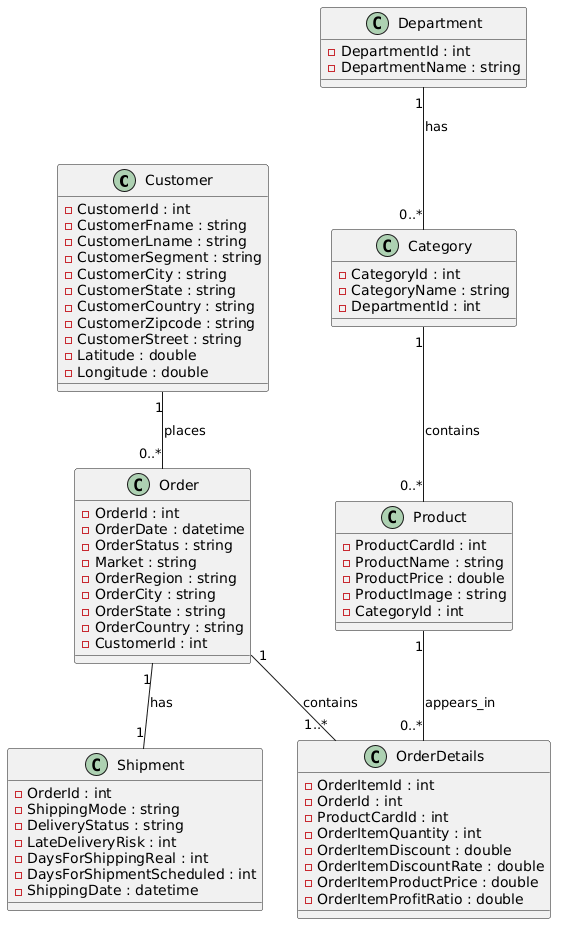
This is docs/class.png from onsaissa4/Supply-Chain-Analysis, a PlantUML export, as it was before one commit.
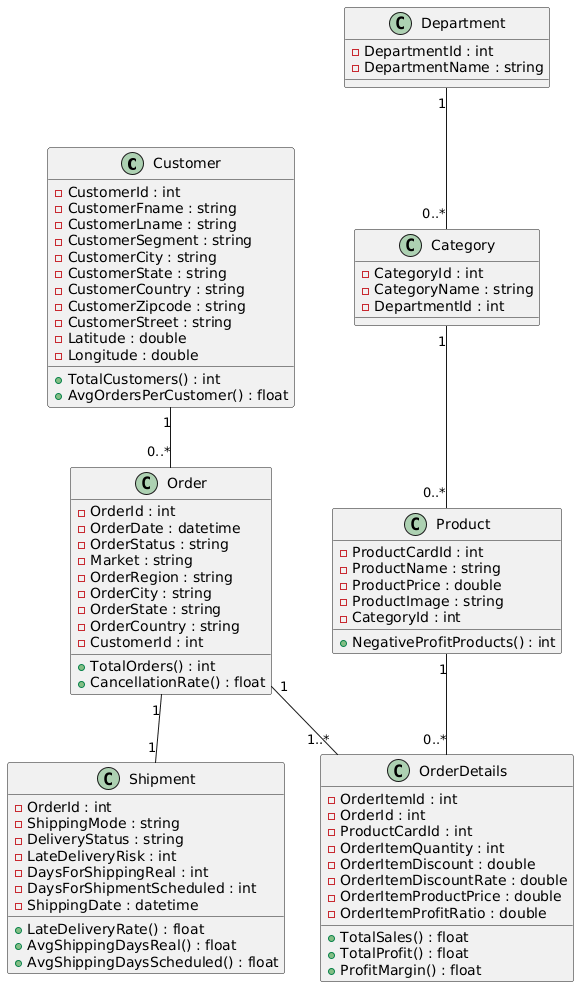
After the commit.

What changed in the source:
```diff
@@ -11,6 +11,8 @@
   - CustomerStreet : string
   - Latitude : double
   - Longitude : double
+  + TotalCustomers() : int
+  + AvgOrdersPerCustomer() : float
 }
 
 class Department {
@@ -30,6 +32,7 @@
   - ProductPrice : double
   - ProductImage : string
   - CategoryId : int
+  + NegativeProfitProducts() : int
 }
 
 class Order {
@@ -42,6 +45,8 @@
   - OrderState : string
   - OrderCountry : string
   - CustomerId : int
+  + TotalOrders() : int
+  + CancellationRate() : float
 }
 
 class OrderDetails {
@@ -53,6 +58,9 @@
   - OrderItemDiscountRate : double
   - OrderItemProductPrice : double
   - OrderItemProfitRatio : double
+  + TotalSales() : float
+  + TotalProfit() : float
+  + ProfitMargin() : float
 }
 
 class Shipment {
@@ -63,12 +71,15 @@
   - DaysForShippingReal : int
   - DaysForShipmentScheduled : int
   - ShippingDate : datetime
+  + LateDeliveryRate() : float
+  + AvgShippingDaysReal() : float
+  + AvgShippingDaysScheduled() : float
 }
 
-Customer "1" -- "0..*" Order : places
-Order "1" -- "1..*" OrderDetails : contains
-Product "1" -- "0..*" OrderDetails : appears_in
-Department "1" -- "0..*" Category : has
-Category "1" -- "0..*" Product : contains
-Order "1" -- "1" Shipment : has
+Customer "1" -- "0..*" Order
+Order "1" -- "1..*" OrderDetails
+Product "1" -- "0..*" OrderDetails
+Department "1" -- "0..*" Category
+Category "1" -- "0..*" Product
+Order "1" -- "1" Shipment
 @enduml
```
